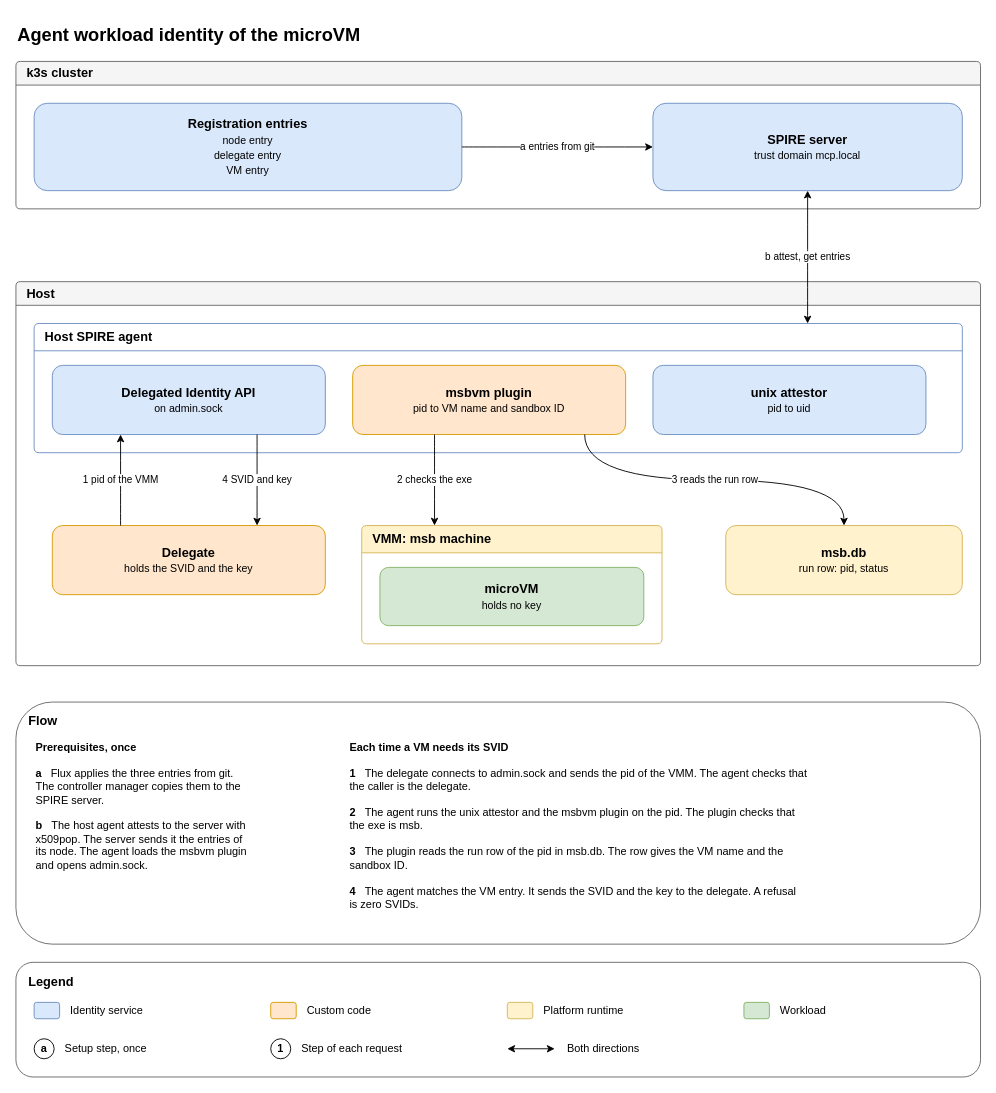
Earlier version of the draw.io diagram code/agent-workload-identity/docs/diagrams/agent-workload-identity.drawio (raghav19/engineersdaybook). Source tidied: cells renumbered, new cells numbered last; positions are measured from the earlier drawing's top-left corner, leaving out a move shared by most shapes. Both pictures are drawn from the tidied source at 91%, with x=0, y=0 at pixel (15, 15).
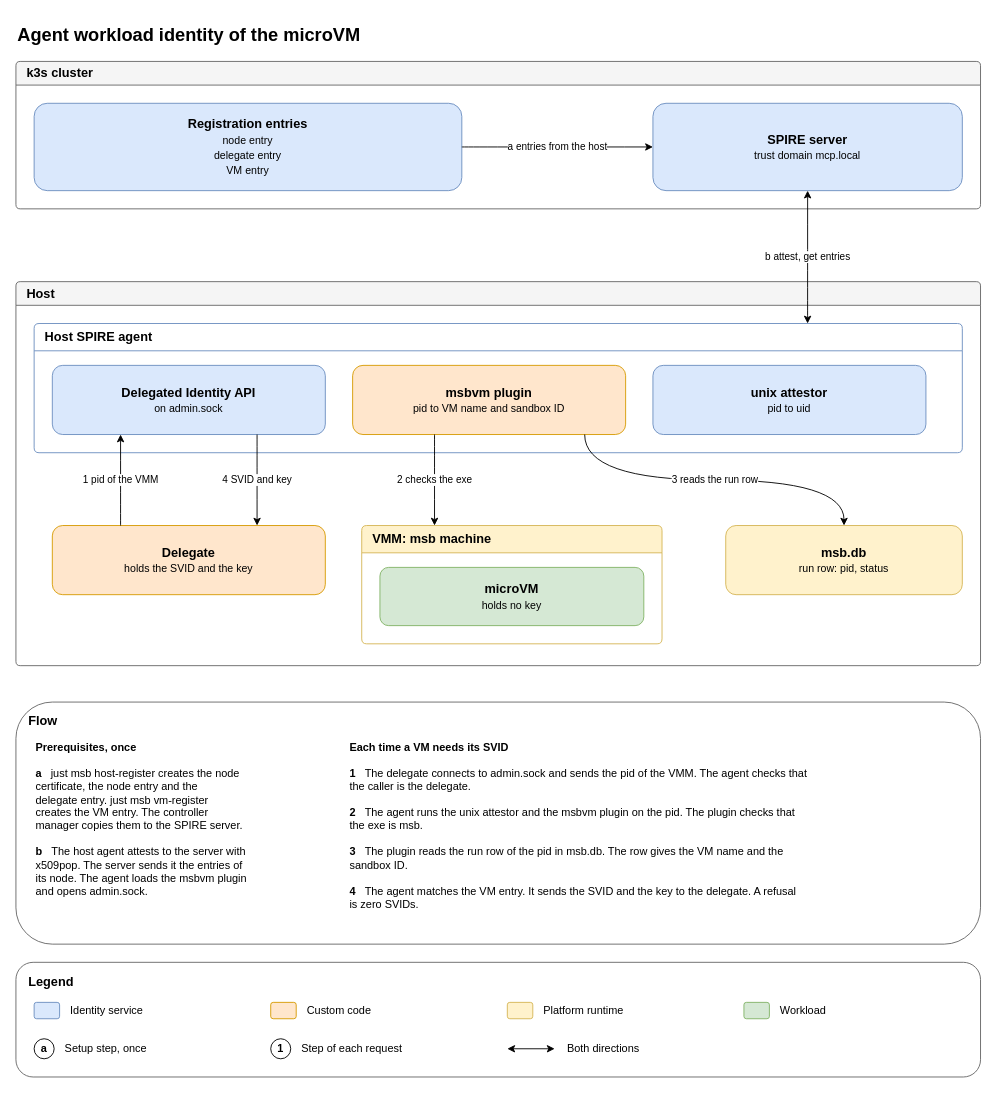
The same page after the edit.

The change refers to these unchanged cells:
```xml
<mxCell id="4" value="&lt;b&gt;Registration entries&lt;/b&gt;&lt;br&gt;&lt;small&gt;node entry&lt;/small&gt;&lt;br&gt;&lt;small&gt;delegate entry&lt;/small&gt;&lt;br&gt;&lt;small&gt;VM entry&lt;/small&gt;" style="rounded=1;whiteSpace=wrap;html=1;fontSize=14;fillColor=#dae8fc;strokeColor=#6c8ebf;" parent="3" vertex="1">
  <mxGeometry x="20" y="46" width="470" height="96" as="geometry" />
</mxCell>
<mxCell id="5" value="&lt;b&gt;SPIRE server&lt;/b&gt;&lt;br&gt;&lt;small&gt;trust domain mcp.local&lt;/small&gt;" style="rounded=1;whiteSpace=wrap;html=1;fontSize=14;fillColor=#dae8fc;strokeColor=#6c8ebf;" parent="3" vertex="1">
  <mxGeometry x="700" y="46" width="340" height="96" as="geometry" />
</mxCell>
```

What changed in the source:
```diff
@@
-    <mxCell id="15" value="a  entries from git" style="edgeStyle=orthogonalEdgeStyle;rounded=1;curved=1;html=1;labelBackgroundColor=default;defaultLabelBackgroundColor=gap;exitX=1;exitY=0.5;exitDx=0;exitDy=0;entryX=0;entryY=0.5;entryDx=0;entryDy=0;" parent="1" edge="1" source="4" target="5">
+    <mxCell id="15" value="a  entries from the host" style="edgeStyle=orthogonalEdgeStyle;rounded=1;curved=1;html=1;labelBackgroundColor=default;defaultLabelBackgroundColor=gap;exitX=1;exitY=0.5;exitDx=0;exitDy=0;entryX=0;entryY=0.5;entryDx=0;entryDy=0;" parent="1" edge="1" source="4" target="5">
       <mxGeometry relative="1" as="geometry" />
     </mxCell>
@@
-    <mxCell id="22" value="&lt;b&gt;Prerequisites, once&lt;/b&gt;&lt;br&gt;&lt;br&gt;&lt;b&gt;a&lt;/b&gt;&amp;nbsp;&amp;nbsp;&amp;nbsp;Flux applies the three entries from git.&lt;br&gt;The controller manager copies them to the&lt;br&gt;SPIRE server.&lt;br&gt;&lt;br&gt;&lt;b&gt;b&lt;/b&gt;&amp;nbsp;&amp;nbsp;&amp;nbsp;The host agent attests to the server with&lt;br&gt;x509pop. The server sends it the entries of&lt;br&gt;its node. The agent loads the msbvm plugin&lt;br&gt;and opens admin.sock.&lt;br&gt;&lt;br&gt;" style="text;html=1;whiteSpace=wrap;align=left;verticalAlign=top;fontSize=12;" parent="1" vertex="1">
+    <mxCell id="22" value="&lt;b&gt;Prerequisites, once&lt;/b&gt;&lt;br&gt;&lt;br&gt;&lt;b&gt;a&lt;/b&gt;&amp;nbsp;&amp;nbsp;&amp;nbsp;just msb host-register creates the node&lt;br&gt;certificate, the node entry and the&lt;br&gt;delegate entry. just msb vm-register&lt;br&gt;creates the VM entry. The controller&lt;br&gt;manager copies them to the SPIRE server.&lt;br&gt;&lt;br&gt;&lt;b&gt;b&lt;/b&gt;&amp;nbsp;&amp;nbsp;&amp;nbsp;The host agent attests to the server with&lt;br&gt;x509pop. The server sends it the entries of&lt;br&gt;its node. The agent loads the msbvm plugin&lt;br&gt;and opens admin.sock.&lt;br&gt;&lt;br&gt;" style="text;html=1;whiteSpace=wrap;align=left;verticalAlign=top;fontSize=12;" parent="1" vertex="1">
       <mxGeometry x="20" y="790" width="320" height="220" as="geometry" />
     </mxCell>
```
